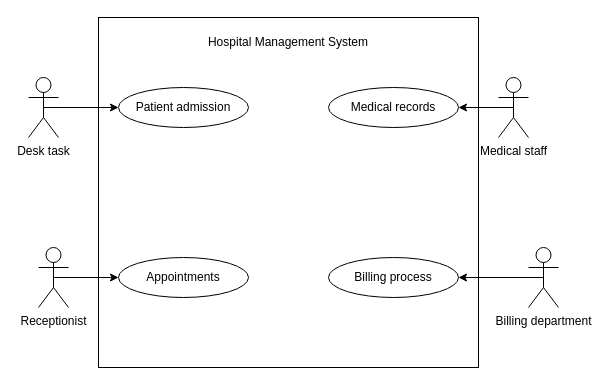
Before: exercise/uml/submission/sec01/tiewrong/UC1.drawio in drshahizan/software-engineering, a draw.io diagram. Source tidied: cells renumbered, new cells numbered last; positions are measured from the earlier drawing's top-left corner, leaving out a move shared by most shapes. Both pictures are drawn from the tidied source at 100%, with x=0, y=0 at pixel (28, 17).
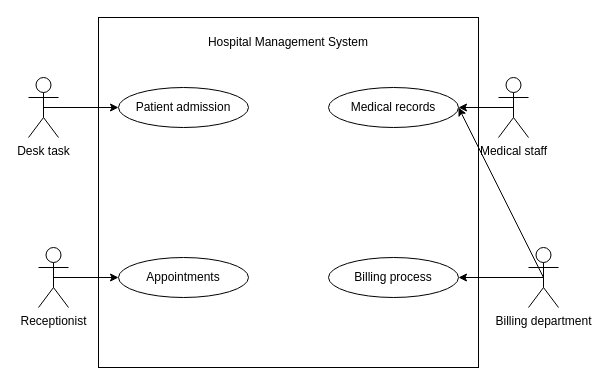
After the change.

What changed in the source:
```diff
@@
 <mxGraphModel>
   <root>
     <mxCell id="0" />
     <mxCell id="1" parent="0" />
     <mxCell id="2" style="rounded=0;whiteSpace=wrap;html=1;" parent="1" vertex="1">
       <mxGeometry x="70" width="380" height="350" as="geometry" />
     </mxCell>
     <mxCell id="3" style="edgeStyle=none;html=1;exitX=0.5;exitY=0.5;exitDx=0;exitDy=0;exitPerimeter=0;entryX=0;entryY=0.5;entryDx=0;entryDy=0;" parent="1" edge="1" source="4" target="8">
       <mxGeometry relative="1" as="geometry" />
     </mxCell>
     <mxCell id="4" value="Desk task" style="shape=umlActor;verticalLabelPosition=bottom;verticalAlign=top;html=1;outlineConnect=0;" parent="1" vertex="1">
       <mxGeometry y="60" width="30" height="60" as="geometry" />
     </mxCell>
     <mxCell id="5" style="edgeStyle=none;html=1;exitX=0.5;exitY=0.5;exitDx=0;exitDy=0;exitPerimeter=0;entryX=0;entryY=0.5;entryDx=0;entryDy=0;" parent="1" edge="1" source="6" target="9">
       <mxGeometry relative="1" as="geometry" />
     </mxCell>
     <mxCell id="6" value="Receptionist" style="shape=umlActor;verticalLabelPosition=bottom;verticalAlign=top;html=1;outlineConnect=0;" parent="1" vertex="1">
       <mxGeometry x="10" y="230" width="30" height="60" as="geometry" />
     </mxCell>
     <mxCell id="7" value="Hospital Management System" style="text;html=1;strokeColor=none;fillColor=none;align=center;verticalAlign=middle;whiteSpace=wrap;rounded=0;" parent="1" vertex="1">
       <mxGeometry x="175" y="20" width="170" height="10" as="geometry" />
     </mxCell>
     <mxCell id="8" value="Patient admission" style="ellipse;whiteSpace=wrap;html=1;" parent="1" vertex="1">
       <mxGeometry x="90" y="70" width="130" height="40" as="geometry" />
     </mxCell>
     <mxCell id="9" value="Appointments" style="ellipse;whiteSpace=wrap;html=1;" parent="1" vertex="1">
       <mxGeometry x="90" y="240" width="130" height="40" as="geometry" />
     </mxCell>
     <mxCell id="10" value="Medical records" style="ellipse;whiteSpace=wrap;html=1;" parent="1" vertex="1">
       <mxGeometry x="300" y="70" width="130" height="40" as="geometry" />
     </mxCell>
     <mxCell id="11" value="Billing process" style="ellipse;whiteSpace=wrap;html=1;" parent="1" vertex="1">
       <mxGeometry x="300" y="240" width="130" height="40" as="geometry" />
     </mxCell>
     <mxCell id="12" style="edgeStyle=none;html=1;exitX=0.5;exitY=0.5;exitDx=0;exitDy=0;exitPerimeter=0;entryX=1;entryY=0.5;entryDx=0;entryDy=0;" parent="1" edge="1" source="13" target="10">
       <mxGeometry relative="1" as="geometry" />
     </mxCell>
     <mxCell id="13" value="Medical staff" style="shape=umlActor;verticalLabelPosition=bottom;verticalAlign=top;html=1;outlineConnect=0;" parent="1" vertex="1">
       <mxGeometry x="470" y="60" width="30" height="60" as="geometry" />
     </mxCell>
     <mxCell id="14" style="edgeStyle=none;html=1;exitX=0.5;exitY=0.5;exitDx=0;exitDy=0;exitPerimeter=0;entryX=1;entryY=0.5;entryDx=0;entryDy=0;" parent="1" edge="1" source="15" target="11">
       <mxGeometry relative="1" as="geometry" />
     </mxCell>
+    <mxCell id="16" style="edgeStyle=none;html=1;exitX=0.5;exitY=0.5;exitDx=0;exitDy=0;exitPerimeter=0;entryX=1;entryY=0.5;entryDx=0;entryDy=0;" parent="1" edge="1" source="15" target="10">
+      <mxGeometry relative="1" as="geometry" />
+    </mxCell>
     <mxCell id="15" value="Billing department" style="shape=umlActor;verticalLabelPosition=bottom;verticalAlign=top;html=1;outlineConnect=0;" parent="1" vertex="1">
       <mxGeometry x="500" y="230" width="30" height="60" as="geometry" />
     </mxCell>
   </root>
 </mxGraphModel>
```
